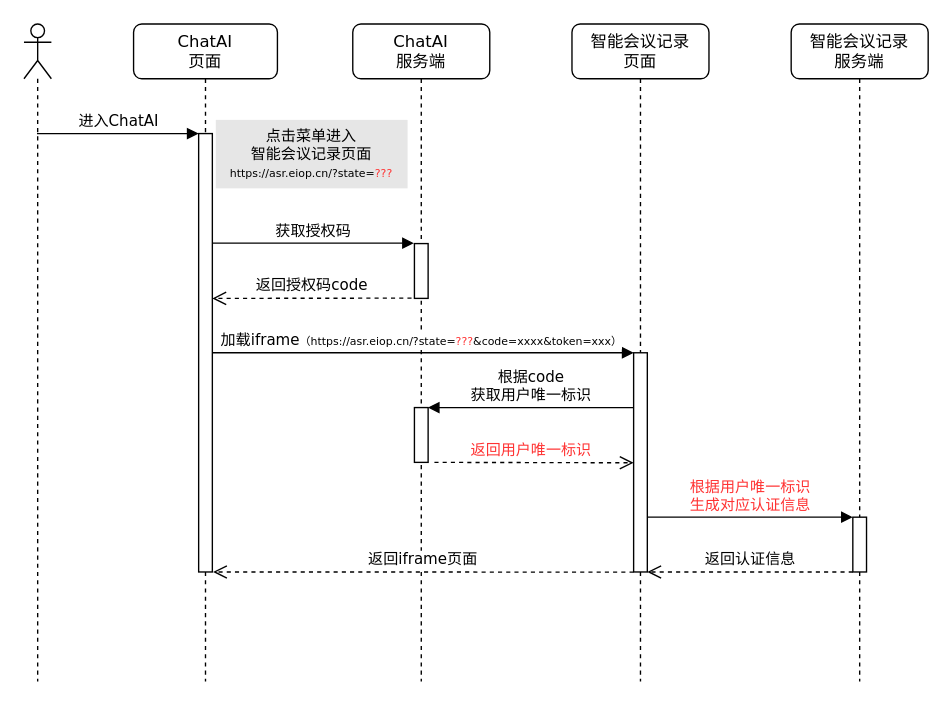
This is 单点登录策略.drawio from Qunz/drawio, a draw.io file, before an edit. Source tidied: cells renumbered, new cells numbered last; positions are measured from the earlier drawing's top-left corner, leaving out a move shared by most shapes. Both pictures are drawn from the tidied source at 137%, with x=0, y=0 at pixel (23, 23).
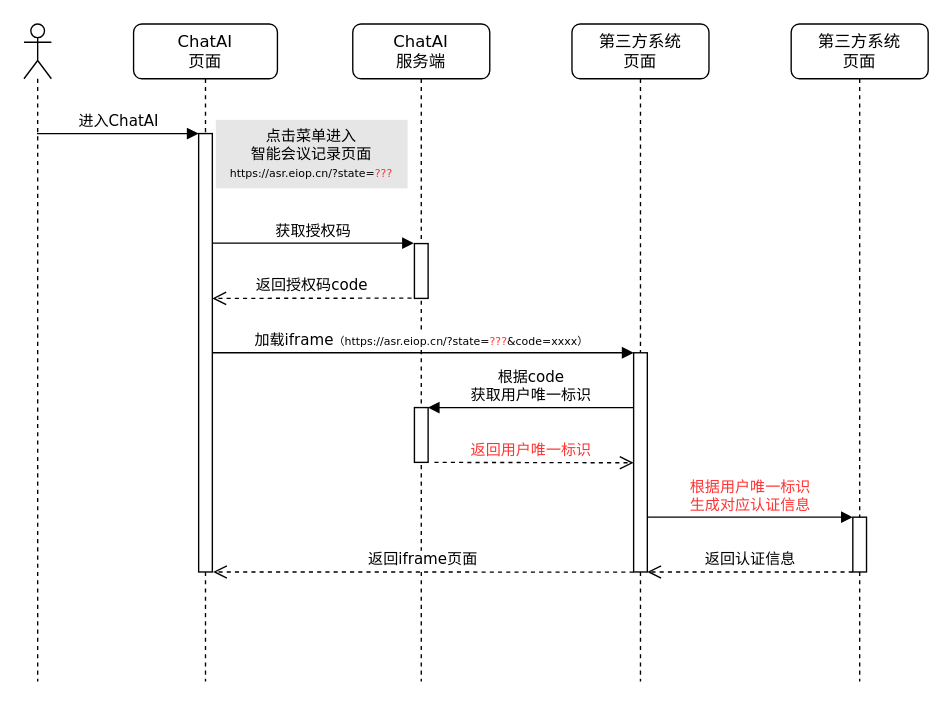
The same diagram, later.

Commit message:
更新单点登录策略.drawio

Unchanged cells that the change refers to:
```xml
<mxCell id="5" value="ChatAI&lt;br&gt;页面" style="shape=umlLifeline;perimeter=lifelinePerimeter;whiteSpace=wrap;html=1;rounded=1;shadow=0;comic=0;labelBackgroundColor=none;strokeWidth=1;fontFamily=Verdana;fontSize=12;align=center;" parent="1" vertex="1">
  <mxGeometry x="80" width="105" height="480" as="geometry" />
</mxCell>
<mxCell id="12" style="html=1;points=[];perimeter=orthogonalPerimeter;rounded=0;shadow=0;comic=0;labelBackgroundColor=none;strokeColor=#000000;strokeWidth=1;fillColor=#FFFFFF;fontFamily=Verdana;fontSize=11;fontColor=#000000;align=center;" parent="11" vertex="1">
  <mxGeometry x="45" y="240" width="10" height="160" as="geometry" />
</mxCell>
```

Diff of the diagram source:
```diff
@@
-    <mxCell id="8" value="加载iframe&lt;span style=&quot;font-size: 8px;&quot;&gt;（https://asr.eiop.cn/?&lt;/span&gt;&lt;span style=&quot;font-size: 8px;&quot;&gt;state=&lt;/span&gt;&lt;font style=&quot;font-size: 8px;&quot; color=&quot;#ff3333&quot;&gt;???&lt;/font&gt;&lt;font style=&quot;font-size: 8px;&quot;&gt;&amp;amp;&lt;/font&gt;&lt;font style=&quot;font-size: 8px;&quot;&gt;code=xxxx&amp;amp;token=xxx&lt;/font&gt;&lt;span style=&quot;font-size: 8px;&quot;&gt;）&lt;/span&gt;" style="html=1;verticalAlign=bottom;endArrow=block;labelBackgroundColor=#FFFFFF;fontFamily=Verdana;fontSize=11;edgeStyle=elbowEdgeStyle;elbow=vertical;entryX=0;entryY=0.001;entryDx=0;entryDy=0;entryPerimeter=0;labelBorderColor=none;" parent="5" edge="1" target="12">
+    <mxCell id="8" value="加载iframe&lt;span style=&quot;font-size: 8px;&quot;&gt;（https://asr.eiop.cn/?&lt;/span&gt;&lt;span style=&quot;font-size: 8px;&quot;&gt;state=&lt;/span&gt;&lt;font style=&quot;font-size: 8px;&quot; color=&quot;#ff3333&quot;&gt;???&lt;/font&gt;&lt;font style=&quot;font-size: 8px;&quot;&gt;&amp;amp;&lt;/font&gt;&lt;font style=&quot;font-size: 8px;&quot;&gt;code=xxxx&lt;/font&gt;&lt;span style=&quot;font-size: 8px;&quot;&gt;）&lt;/span&gt;" style="html=1;verticalAlign=bottom;endArrow=block;labelBackgroundColor=#FFFFFF;fontFamily=Verdana;fontSize=11;edgeStyle=elbowEdgeStyle;elbow=vertical;entryX=0;entryY=0.001;entryDx=0;entryDy=0;entryPerimeter=0;labelBorderColor=none;" parent="5" edge="1" target="12">
       <mxGeometry x="-0.01" relative="1" as="geometry">
         <mxPoint x="57.5" y="240" as="sourcePoint" />
       </mxGeometry>
     </mxCell>
@@
-    <mxCell id="11" value="&lt;span style=&quot;text-wrap-mode: nowrap;&quot;&gt;智能会议记录&lt;/span&gt;&lt;div&gt;&lt;span style=&quot;text-wrap-mode: nowrap;&quot;&gt;页面&lt;/span&gt;&lt;/div&gt;" style="shape=umlLifeline;perimeter=lifelinePerimeter;whiteSpace=wrap;html=1;rounded=1;shadow=0;comic=0;labelBackgroundColor=none;strokeWidth=1;fontFamily=Verdana;fontSize=12;align=center;" parent="1" vertex="1">
+    <mxCell id="11" value="&lt;span style=&quot;text-wrap-mode: nowrap;&quot;&gt;第三方系统&lt;/span&gt;&lt;div&gt;&lt;span style=&quot;text-wrap-mode: nowrap;&quot;&gt;页面&lt;/span&gt;&lt;/div&gt;" style="shape=umlLifeline;perimeter=lifelinePerimeter;whiteSpace=wrap;html=1;rounded=1;shadow=0;comic=0;labelBackgroundColor=none;strokeWidth=1;fontFamily=Verdana;fontSize=12;align=center;" parent="1" vertex="1">
       <mxGeometry x="400" width="100" height="480" as="geometry" />
     </mxCell>
@@
-    <mxCell id="18" value="&lt;span style=&quot;text-wrap-mode: nowrap;&quot;&gt;智能会议记录&lt;/span&gt;&lt;div&gt;&lt;span style=&quot;text-wrap-mode: nowrap;&quot;&gt;服务端&lt;/span&gt;&lt;/div&gt;" style="shape=umlLifeline;perimeter=lifelinePerimeter;whiteSpace=wrap;html=1;rounded=1;shadow=0;comic=0;labelBackgroundColor=none;strokeWidth=1;fontFamily=Verdana;fontSize=12;align=center;" parent="1" vertex="1">
+    <mxCell id="18" value="&lt;span style=&quot;text-wrap-mode: nowrap;&quot;&gt;第三方系统&lt;/span&gt;&lt;div&gt;&lt;span style=&quot;text-wrap-mode: nowrap;&quot;&gt;页面&lt;/span&gt;&lt;/div&gt;" style="shape=umlLifeline;perimeter=lifelinePerimeter;whiteSpace=wrap;html=1;rounded=1;shadow=0;comic=0;labelBackgroundColor=none;strokeWidth=1;fontFamily=Verdana;fontSize=12;align=center;" parent="1" vertex="1">
       <mxGeometry x="560" width="100" height="480" as="geometry" />
     </mxCell>
```
